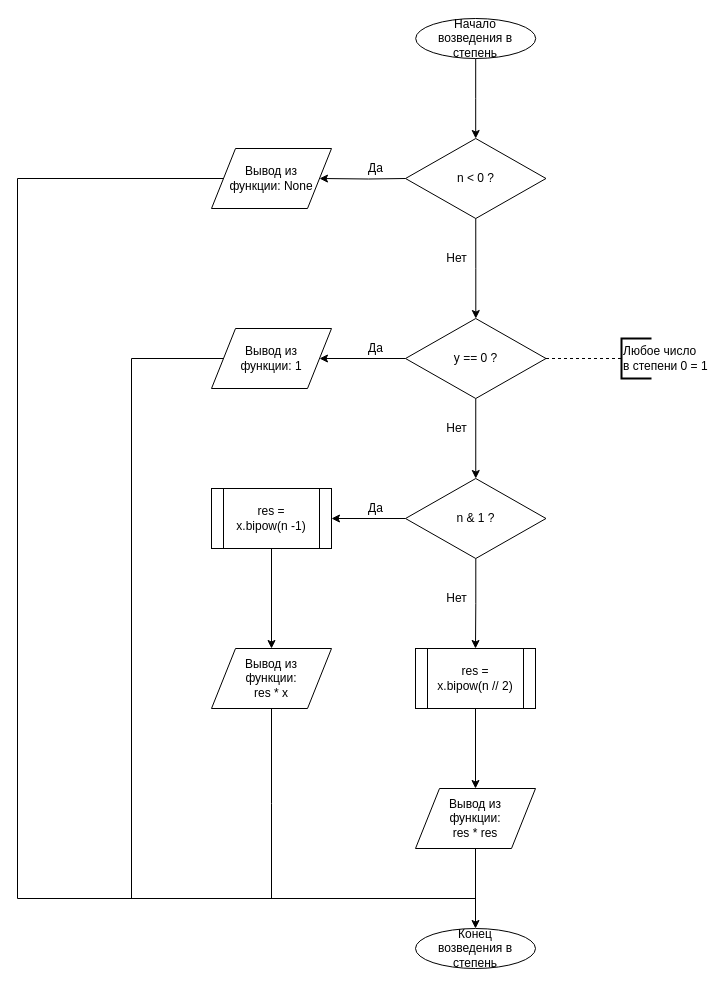
DvaMishkiLapa/LongArithmeticCalc keeps this draw.io diagram as page "Степень (рекурсия)" (6 of 12) of flowcharts/Flowchart.drawio. Above is the earlier version. Source tidied: cells renumbered, new cells numbered last; positions are measured from the earlier drawing's top-left corner, leaving out a move shared by most shapes. Both pictures are drawn from the tidied source at 100%, with x=0, y=0 at pixel (17, 18).
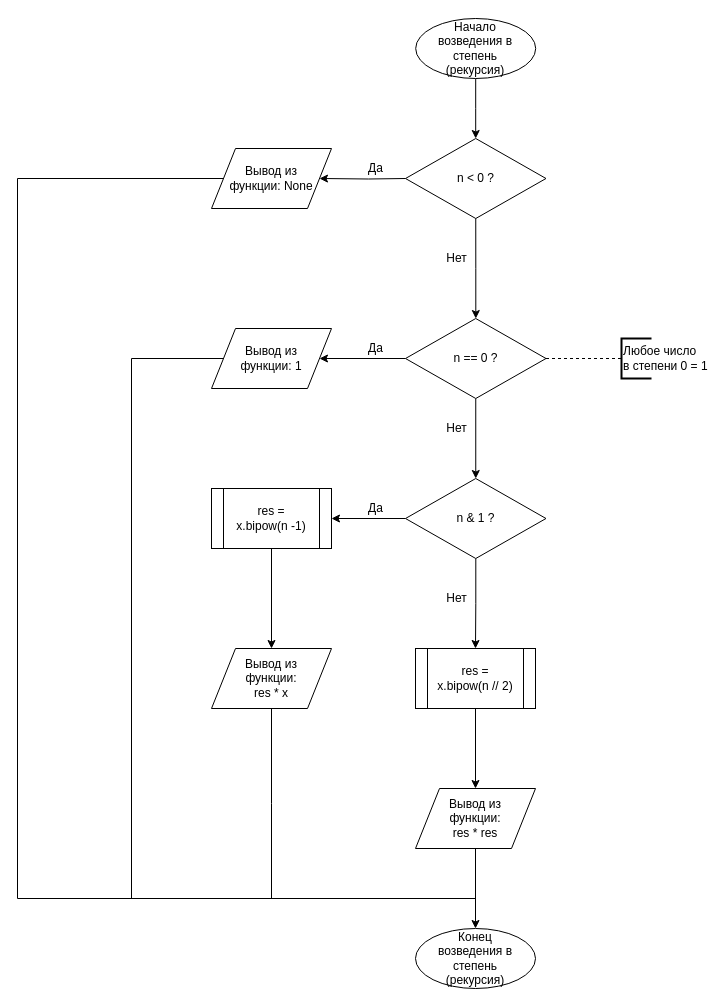
The same diagram, later.

Diff of the diagram source:
```diff
@@
-    <mxCell id="3" value="Начало&lt;br&gt;возведения в степень" style="ellipse;whiteSpace=wrap;html=1;" parent="1" vertex="1">
-      <mxGeometry x="398.2" width="120" height="40" as="geometry" />
+    <mxCell id="3" value="Начало&lt;br&gt;возведения в степень&lt;br&gt;(рекурсия)" style="ellipse;whiteSpace=wrap;html=1;" parent="1" vertex="1">
+      <mxGeometry x="398.2" width="120" height="60" as="geometry" />
     </mxCell>
@@
-    <mxCell id="7" value="y == 0 ?" style="rhombus;whiteSpace=wrap;html=1;" parent="1" vertex="1">
+    <mxCell id="7" value="n == 0 ?" style="rhombus;whiteSpace=wrap;html=1;" parent="1" vertex="1">
       <mxGeometry x="388" y="300" width="140.5" height="80" as="geometry" />
     </mxCell>
@@
-    <mxCell id="26" value="Конец&lt;br&gt;возведения в степень" style="ellipse;whiteSpace=wrap;html=1;" parent="1" vertex="1">
-      <mxGeometry x="398" y="910" width="120" height="40" as="geometry" />
+    <mxCell id="26" value="Конец&lt;br&gt;возведения в степень&lt;br&gt;(рекурсия)" style="ellipse;whiteSpace=wrap;html=1;" parent="1" vertex="1">
+      <mxGeometry x="398" y="910" width="120" height="60" as="geometry" />
     </mxCell>
```
